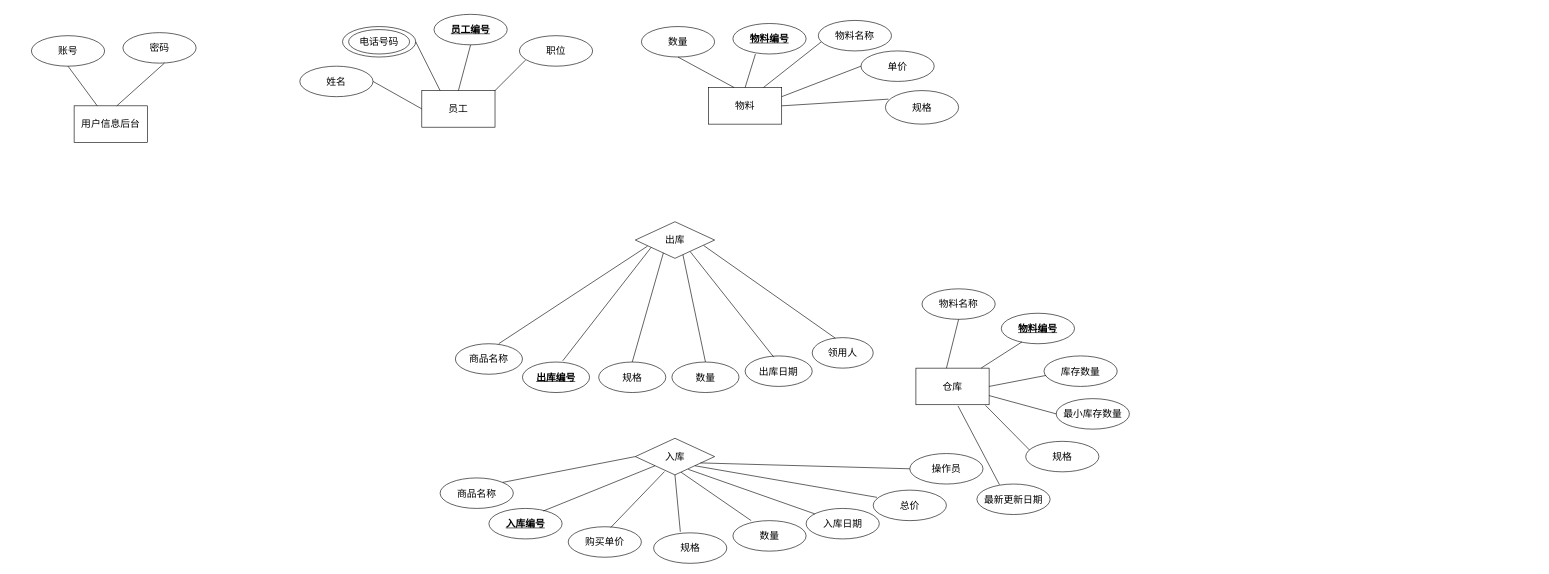
images130/LJ_Project keeps this draw.io diagram as 属性.drawio. Above is the earlier version. Source tidied: cells renumbered, new cells numbered last; positions are measured from the earlier drawing's top-left corner, leaving out a move shared by most shapes. Both pictures are drawn from the tidied source at 61%, with x=0, y=0 at pixel (31, 14).
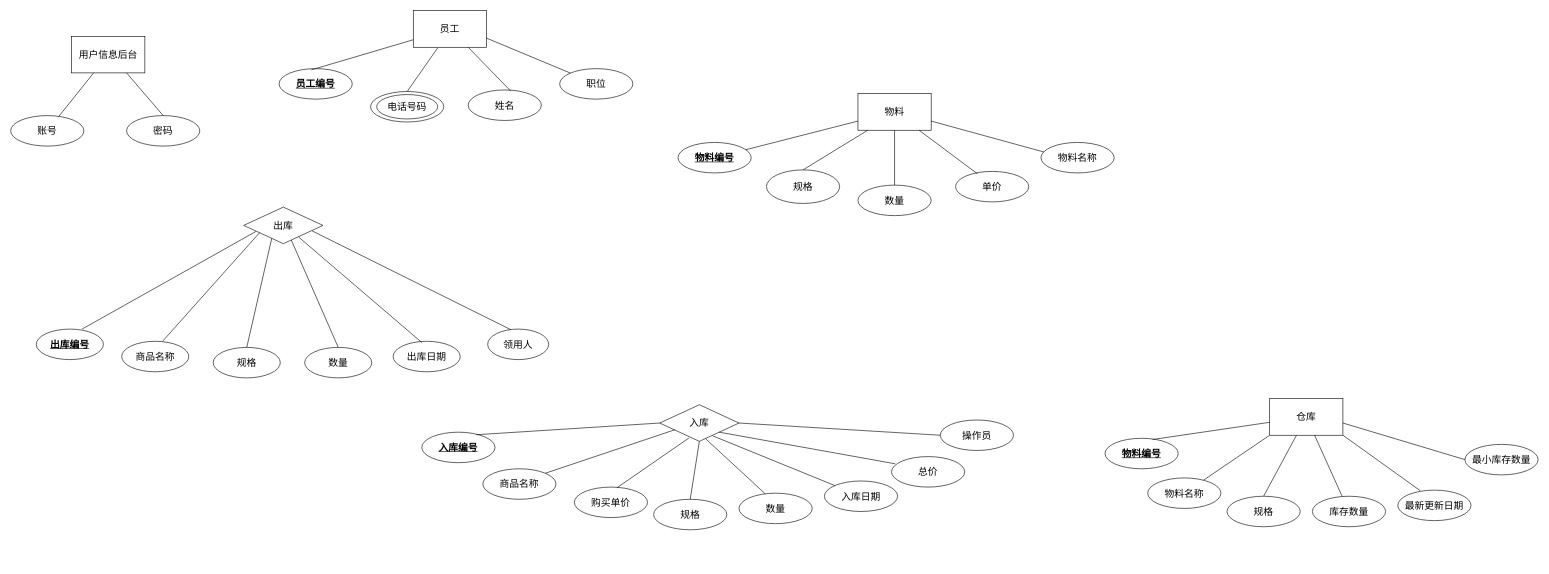
The same page after the edit.

What changed in the source:
```diff
@@
     <mxCell id="2" value="物料" style="rounded=0;whiteSpace=wrap;html=1;fontSize=16;fontStyle=0;" parent="1" vertex="1">
-      <mxGeometry x="1110" y="120" width="120" height="60" as="geometry" />
+      <mxGeometry x="1355" y="130" width="120" height="60" as="geometry" />
     </mxCell>
-    <mxCell id="3" style="endArrow=none;html=1;exitX=0.5;exitY=0;exitDx=0;exitDy=0;entryX=0.308;entryY=1;entryDx=0;entryDy=0;entryPerimeter=0;fontSize=16;fontStyle=0;" parent="1" edge="1" source="2" target="4">
+    <mxCell id="3" style="endArrow=none;html=1;exitX=0;exitY=0.75;exitDx=0;exitDy=0;fontSize=16;fontStyle=0;" parent="1" edge="1" source="2" target="4">
       <mxGeometry relative="1" as="geometry" />
     </mxCell>
     <mxCell id="4" value="物料编号" style="ellipse;whiteSpace=wrap;html=1;fontStyle=5;fontSize=16;" parent="1" vertex="1">
-      <mxGeometry x="1150" y="15" width="120" height="50" as="geometry" />
+      <mxGeometry x="1060" y="210" width="120" height="50" as="geometry" />
     </mxCell>
-    <mxCell id="5" style="endArrow=none;html=1;exitX=0.75;exitY=0;exitDx=0;exitDy=0;entryX=0.042;entryY=0.7;entryDx=0;entryDy=0;entryPerimeter=0;fontSize=16;fontStyle=0;" parent="1" edge="1" source="2" target="6">
+    <mxCell id="5" style="endArrow=none;html=1;exitX=1;exitY=0.75;exitDx=0;exitDy=0;fontSize=16;fontStyle=0;entryX=0.05;entryY=0.32;entryDx=0;entryDy=0;entryPerimeter=0;" parent="1" edge="1" source="2" target="6">
       <mxGeometry relative="1" as="geometry" />
     </mxCell>
     <mxCell id="6" value="物料名称" style="ellipse;whiteSpace=wrap;html=1;fontSize=16;fontStyle=0;" parent="1" vertex="1">
-      <mxGeometry x="1290" y="10" width="120" height="50" as="geometry" />
+      <mxGeometry x="1655" y="210" width="120" height="50" as="geometry" />
     </mxCell>
     <mxCell id="7" value="单价" style="ellipse;whiteSpace=wrap;html=1;fontSize=16;fontStyle=0;" parent="1" vertex="1">
-      <mxGeometry x="1360" y="60" width="120" height="50" as="geometry" />
+      <mxGeometry x="1515" y="257.5" width="120" height="50" as="geometry" />
     </mxCell>
-    <mxCell id="8" style="endArrow=none;html=1;exitX=1;exitY=0.25;exitDx=0;exitDy=0;entryX=0;entryY=0.5;entryDx=0;entryDy=0;fontSize=16;fontStyle=0;" parent="1" edge="1" source="2" target="7">
+    <mxCell id="8" style="endArrow=none;html=1;entryX=0.3;entryY=0.08;entryDx=0;entryDy=0;fontSize=16;fontStyle=0;entryPerimeter=0;" parent="1" edge="1" source="2" target="7">
       <mxGeometry relative="1" as="geometry" />
     </mxCell>
     <mxCell id="9" value="规格" style="ellipse;whiteSpace=wrap;html=1;fontSize=16;fontStyle=0;" parent="1" vertex="1">
-      <mxGeometry x="1400" y="125" width="120" height="55" as="geometry" />
+      <mxGeometry x="1205" y="255" width="120" height="55" as="geometry" />
     </mxCell>
-    <mxCell id="10" style="endArrow=none;html=1;exitX=1;exitY=0.5;exitDx=0;exitDy=0;entryX=0.042;entryY=0.255;entryDx=0;entryDy=0;entryPerimeter=0;fontSize=16;fontStyle=0;" parent="1" edge="1" source="2" target="9">
+    <mxCell id="10" style="endArrow=none;html=1;exitX=0.133;exitY=1;exitDx=0;exitDy=0;entryX=0.5;entryY=0;entryDx=0;entryDy=0;fontSize=16;fontStyle=0;exitPerimeter=0;" parent="1" edge="1" source="2" target="9">
       <mxGeometry relative="1" as="geometry" />
     </mxCell>
     <mxCell id="11" value="数量" style="ellipse;whiteSpace=wrap;html=1;fontSize=16;fontStyle=0;" parent="1" vertex="1">
-      <mxGeometry x="1000" y="20" width="120" height="50" as="geometry" />
+      <mxGeometry x="1355" y="280" width="120" height="50" as="geometry" />
     </mxCell>
-    <mxCell id="12" style="endArrow=none;html=1;exitX=0.35;exitY=0;exitDx=0;exitDy=0;exitPerimeter=0;fontSize=16;fontStyle=0;" parent="1" edge="1" source="2">
-      <mxGeometry relative="1" as="geometry">
-        <mxPoint x="1060" y="70" as="targetPoint" />
-      </mxGeometry>
+    <mxCell id="12" style="endArrow=none;html=1;exitX=0.5;exitY=1;exitDx=0;exitDy=0;fontSize=16;fontStyle=0;entryX=0.5;entryY=0;entryDx=0;entryDy=0;" parent="1" edge="1" source="2" target="11">
+      <mxGeometry relative="1" as="geometry" />
     </mxCell>
     <mxCell id="13" value="员工" style="rounded=0;whiteSpace=wrap;html=1;fontSize=16;fontStyle=0;" parent="1" vertex="1">
-      <mxGeometry x="640" y="125" width="120" height="60" as="geometry" />
+      <mxGeometry x="626" y="-6" width="120" height="60" as="geometry" />
     </mxCell>
     <mxCell id="14" style="ellipse;whiteSpace=wrap;html=1;fontSize=16;fontStyle=0;" parent="1" vertex="1">
-      <mxGeometry x="510" y="20" width="120" height="50" as="geometry" />
+      <mxGeometry x="556" y="126.5" width="120" height="50" as="geometry" />
     </mxCell>
     <mxCell id="15" value="姓名" style="ellipse;whiteSpace=wrap;html=1;fontSize=16;fontStyle=0;" parent="1" vertex="1">
-      <mxGeometry x="440" y="85" width="120" height="50" as="geometry" />
+      <mxGeometry x="716" y="124" width="120" height="50" as="geometry" />
     </mxCell>
     <mxCell id="16" value="职位" style="ellipse;whiteSpace=wrap;html=1;fontSize=16;fontStyle=0;" parent="1" vertex="1">
-      <mxGeometry x="800" y="35" width="120" height="50" as="geometry" />
+      <mxGeometry x="866" y="89" width="120" height="50" as="geometry" />
     </mxCell>
     <mxCell id="17" value="&lt;u style=&quot;font-size: 16px;&quot;&gt;员工编号&lt;/u&gt;" style="ellipse;whiteSpace=wrap;html=1;fontSize=16;fontStyle=1;" parent="1" vertex="1">
-      <mxGeometry x="660" width="120" height="50" as="geometry" />
+      <mxGeometry x="406" y="89" width="120" height="50" as="geometry" />
     </mxCell>
     <mxCell id="18" value="电话号码" style="ellipse;whiteSpace=wrap;html=1;fontSize=16;fontStyle=0;" parent="1" vertex="1">
-      <mxGeometry x="520" y="25" width="100" height="40" as="geometry" />
+      <mxGeometry x="566" y="131.5" width="100" height="40" as="geometry" />
     </mxCell>
-    <mxCell id="19" style="endArrow=none;html=1;entryX=0.5;entryY=1;entryDx=0;entryDy=0;exitX=0.5;exitY=0;exitDx=0;exitDy=0;fontSize=16;fontStyle=0;" parent="1" edge="1" source="13" target="17">
+    <mxCell id="19" style="endArrow=none;html=1;entryX=0.442;entryY=0.04;entryDx=0;entryDy=0;fontSize=16;fontStyle=0;entryPerimeter=0;" parent="1" edge="1" source="13" target="17">
       <mxGeometry relative="1" as="geometry" />
     </mxCell>
-    <mxCell id="20" style="endArrow=none;html=1;entryX=1;entryY=0.5;entryDx=0;entryDy=0;exitX=0.25;exitY=0;exitDx=0;exitDy=0;fontSize=16;fontStyle=0;" parent="1" edge="1" source="13" target="14">
-      <mxGeometry relative="1" as="geometry" />
+    <mxCell id="20" style="endArrow=none;html=1;entryX=0.5;entryY=0;entryDx=0;entryDy=0;fontSize=16;fontStyle=0;" parent="1" edge="1" target="14">
+      <mxGeometry relative="1" as="geometry">
+        <mxPoint x="666" y="55" as="sourcePoint" />
+      </mxGeometry>
     </mxCell>
-    <mxCell id="21" style="endArrow=none;html=1;entryX=1;entryY=0.5;entryDx=0;entryDy=0;exitX=0;exitY=0.5;exitDx=0;exitDy=0;fontSize=16;fontStyle=0;" parent="1" edge="1" source="13" target="15">
+    <mxCell id="21" style="endArrow=none;html=1;entryX=0.583;entryY=0.04;entryDx=0;entryDy=0;exitX=0.75;exitY=1;exitDx=0;exitDy=0;fontSize=16;fontStyle=0;entryPerimeter=0;" parent="1" edge="1" source="13" target="15">
       <mxGeometry relative="1" as="geometry" />
     </mxCell>
-    <mxCell id="22" style="endArrow=none;html=1;fontSize=16;fontStyle=0;" parent="1" edge="1">
-      <mxGeometry relative="1" as="geometry">
-        <mxPoint x="760" y="125" as="sourcePoint" />
-        <mxPoint x="810" y="75" as="targetPoint" />
-      </mxGeometry>
+    <mxCell id="22" style="endArrow=none;html=1;fontSize=16;fontStyle=0;exitX=1;exitY=0.75;exitDx=0;exitDy=0;" parent="1" edge="1" source="13" target="16">
+      <mxGeometry relative="1" as="geometry" />
     </mxCell>
     <mxCell id="23" value="仓库" style="rounded=0;whiteSpace=wrap;html=1;fontSize=16;fontStyle=0;" parent="1" vertex="1">
-      <mxGeometry x="1450" y="580" width="120" height="60" as="geometry" />
+      <mxGeometry x="2030" y="630" width="120" height="60" as="geometry" />
     </mxCell>
     <mxCell id="24" value="入库" style="rhombus;whiteSpace=wrap;html=1;fontSize=16;fontStyle=0;" parent="1" vertex="1">
-      <mxGeometry x="990" y="695" width="130" height="60" as="geometry" />
+      <mxGeometry x="1030" y="640" width="130" height="60" as="geometry" />
     </mxCell>
     <mxCell id="25" value="出库" style="rhombus;whiteSpace=wrap;html=1;fontSize=16;fontStyle=0;" parent="1" vertex="1">
-      <mxGeometry x="990" y="340" width="130" height="60" as="geometry" />
+      <mxGeometry x="348" y="316" width="130" height="60" as="geometry" />
     </mxCell>
     <mxCell id="26" value="物料编号" style="ellipse;whiteSpace=wrap;html=1;fontStyle=5;fontSize=16;" parent="1" vertex="1">
-      <mxGeometry x="1590" y="490" width="120" height="50" as="geometry" />
+      <mxGeometry x="1760" y="695" width="120" height="50" as="geometry" />
     </mxCell>
     <mxCell id="27" value="库存数量" style="ellipse;whiteSpace=wrap;html=1;fontSize=16;fontStyle=0;" parent="1" vertex="1">
-      <mxGeometry x="1660" y="560" width="120" height="50" as="geometry" />
+      <mxGeometry x="2100" y="790" width="120" height="50" as="geometry" />
     </mxCell>
     <mxCell id="28" value="规格" style="ellipse;whiteSpace=wrap;html=1;fontSize=16;fontStyle=0;" parent="1" vertex="1">
-      <mxGeometry x="1630" y="700" width="120" height="50" as="geometry" />
+      <mxGeometry x="1960" y="790" width="120" height="50" as="geometry" />
     </mxCell>
     <mxCell id="29" value="最新更新日期" style="ellipse;whiteSpace=wrap;html=1;fontSize=16;fontStyle=0;" parent="1" vertex="1">
-      <mxGeometry x="1550" y="770" width="120" height="50" as="geometry" />
+      <mxGeometry x="2240" y="780" width="120" height="50" as="geometry" />
     </mxCell>
     <mxCell id="30" value="物料名称" style="ellipse;whiteSpace=wrap;html=1;fontSize=16;fontStyle=0;" parent="1" vertex="1">
-      <mxGeometry x="1460" y="450" width="120" height="50" as="geometry" />
+      <mxGeometry x="1830" y="760" width="120" height="50" as="geometry" />
     </mxCell>
     <mxCell id="31" value="最小库存数量" style="ellipse;whiteSpace=wrap;html=1;fontSize=16;fontStyle=0;" parent="1" vertex="1">
-      <mxGeometry x="1680" y="630" width="120" height="50" as="geometry" />
+      <mxGeometry x="2350" y="705" width="120" height="50" as="geometry" />
     </mxCell>
-    <mxCell id="32" style="endArrow=none;html=1;entryX=0.5;entryY=1;entryDx=0;entryDy=0;exitX=0.417;exitY=0;exitDx=0;exitDy=0;exitPerimeter=0;fontSize=16;fontStyle=0;" parent="1" edge="1" source="23" target="30">
+    <mxCell id="32" style="endArrow=none;html=1;exitX=0;exitY=1;exitDx=0;exitDy=0;fontSize=16;fontStyle=0;" parent="1" edge="1" source="23" target="30">
       <mxGeometry relative="1" as="geometry" />
     </mxCell>
-    <mxCell id="33" style="endArrow=none;html=1;entryX=0.283;entryY=0.94;entryDx=0;entryDy=0;entryPerimeter=0;fontSize=16;fontStyle=0;" parent="1" edge="1" source="23" target="26">
+    <mxCell id="33" style="endArrow=none;html=1;entryX=0.65;entryY=0.04;entryDx=0;entryDy=0;entryPerimeter=0;fontSize=16;fontStyle=0;" parent="1" edge="1" source="23" target="26">
       <mxGeometry relative="1" as="geometry" />
     </mxCell>
-    <mxCell id="34" style="endArrow=none;html=1;entryX=0.025;entryY=0.64;entryDx=0;entryDy=0;entryPerimeter=0;exitX=1;exitY=0.5;exitDx=0;exitDy=0;fontSize=16;fontStyle=0;" parent="1" edge="1" source="23" target="27">
+    <mxCell id="34" style="endArrow=none;html=1;fontSize=16;fontStyle=0;" parent="1" edge="1" source="23" target="27">
       <mxGeometry relative="1" as="geometry" />
     </mxCell>
-    <mxCell id="35" style="endArrow=none;html=1;entryX=0;entryY=0.5;entryDx=0;entryDy=0;exitX=1;exitY=0.75;exitDx=0;exitDy=0;fontSize=16;fontStyle=0;" parent="1" edge="1" source="23" target="31">
-      <mxGeometry relative="1" as="geometry" />
+    <mxCell id="35" style="endArrow=none;html=1;entryX=0;entryY=0.5;entryDx=0;entryDy=0;fontSize=16;fontStyle=0;" parent="1" edge="1" target="31">
+      <mxGeometry relative="1" as="geometry">
+        <mxPoint x="2150" y="670" as="sourcePoint" />
+      </mxGeometry>
     </mxCell>
-    <mxCell id="36" style="endArrow=none;html=1;entryX=0.05;entryY=0.28;entryDx=0;entryDy=0;entryPerimeter=0;exitX=0.95;exitY=1.017;exitDx=0;exitDy=0;exitPerimeter=0;fontSize=16;fontStyle=0;" parent="1" edge="1" source="23" target="28">
+    <mxCell id="36" style="endArrow=none;html=1;entryX=0.5;entryY=0;entryDx=0;entryDy=0;fontSize=16;fontStyle=0;" parent="1" edge="1" source="23" target="28">
       <mxGeometry relative="1" as="geometry" />
     </mxCell>
-    <mxCell id="37" style="endArrow=none;html=1;entryX=0.308;entryY=0.02;entryDx=0;entryDy=0;entryPerimeter=0;exitX=0.575;exitY=1.033;exitDx=0;exitDy=0;exitPerimeter=0;fontSize=16;fontStyle=0;" parent="1" edge="1" source="23" target="29">
+    <mxCell id="37" style="endArrow=none;html=1;entryX=0.308;entryY=0.02;entryDx=0;entryDy=0;entryPerimeter=0;exitX=1;exitY=1;exitDx=0;exitDy=0;fontSize=16;fontStyle=0;" parent="1" edge="1" source="23" target="29">
       <mxGeometry relative="1" as="geometry" />
     </mxCell>
     <mxCell id="38" value="商品名称" style="ellipse;whiteSpace=wrap;html=1;fontSize=16;fontStyle=0;" parent="1" vertex="1">
-      <mxGeometry x="670" y="760" width="120" height="50" as="geometry" />
+      <mxGeometry x="740" y="745" width="120" height="50" as="geometry" />
     </mxCell>
     <mxCell id="39" value="规格" style="ellipse;whiteSpace=wrap;html=1;fontSize=16;fontStyle=0;" parent="1" vertex="1">
-      <mxGeometry x="1020" y="850" width="120" height="50" as="geometry" />
+      <mxGeometry x="1020" y="795" width="120" height="50" as="geometry" />
     </mxCell>
     <mxCell id="40" value="总价" style="ellipse;whiteSpace=wrap;html=1;fontSize=16;fontStyle=0;" parent="1" vertex="1">
-      <mxGeometry x="1380" y="780" width="120" height="50" as="geometry" />
+      <mxGeometry x="1410" y="725" width="120" height="50" as="geometry" />
     </mxCell>
     <mxCell id="41" value="数量" style="ellipse;whiteSpace=wrap;html=1;fontSize=16;fontStyle=0;" parent="1" vertex="1">
-      <mxGeometry x="1150" y="830" width="120" height="50" as="geometry" />
+      <mxGeometry x="1160" y="785" width="120" height="50" as="geometry" />
     </mxCell>
     <mxCell id="42" value="操作员" style="ellipse;whiteSpace=wrap;html=1;fontSize=16;fontStyle=0;" parent="1" vertex="1">
-      <mxGeometry x="1440" y="720" width="120" height="50" as="geometry" />
+      <mxGeometry x="1490" y="665" width="120" height="50" as="geometry" />
     </mxCell>
     <mxCell id="43" value="入库编号" style="ellipse;whiteSpace=wrap;html=1;fontStyle=5;fontSize=16;" parent="1" vertex="1">
-      <mxGeometry x="750" y="810" width="120" height="50" as="geometry" />
+      <mxGeometry x="640" y="685" width="120" height="50" as="geometry" />
     </mxCell>
     <mxCell id="44" value="购买单价" style="ellipse;whiteSpace=wrap;html=1;fontSize=16;fontStyle=0;" parent="1" vertex="1">
-      <mxGeometry x="880" y="840" width="120" height="50" as="geometry" />
+      <mxGeometry x="890" y="775" width="120" height="50" as="geometry" />
     </mxCell>
     <mxCell id="45" value="入库日期" style="ellipse;whiteSpace=wrap;html=1;fontSize=16;fontStyle=0;" parent="1" vertex="1">
-      <mxGeometry x="1270" y="810" width="120" height="50" as="geometry" />
+      <mxGeometry x="1300" y="765" width="120" height="50" as="geometry" />
     </mxCell>
-    <mxCell id="46" style="endArrow=none;html=1;entryX=0;entryY=0.5;entryDx=0;entryDy=0;exitX=1;exitY=0;exitDx=0;exitDy=0;fontSize=16;fontStyle=0;" parent="1" edge="1" source="38" target="24">
+    <mxCell id="46" style="endArrow=none;html=1;entryX=0.192;entryY=0.683;entryDx=0;entryDy=0;exitX=1;exitY=0;exitDx=0;exitDy=0;fontSize=16;fontStyle=0;entryPerimeter=0;" parent="1" edge="1" source="38" target="24">
       <mxGeometry relative="1" as="geometry" />
     </mxCell>
-    <mxCell id="47" style="endArrow=none;html=1;entryX=0;entryY=1;entryDx=0;entryDy=0;exitX=0.743;exitY=0.084;exitDx=0;exitDy=0;exitPerimeter=0;fontSize=16;fontStyle=0;" parent="1" edge="1" source="43" target="24">
+    <mxCell id="47" style="endArrow=none;html=1;entryX=0;entryY=0.5;entryDx=0;entryDy=0;exitX=0.743;exitY=0.084;exitDx=0;exitDy=0;exitPerimeter=0;fontSize=16;fontStyle=0;" parent="1" edge="1" source="43" target="24">
       <mxGeometry relative="1" as="geometry" />
     </mxCell>
@@
-    <mxCell id="49" style="endArrow=none;html=1;entryX=0.5;entryY=1;entryDx=0;entryDy=0;exitX=0.365;exitY=-0.034;exitDx=0;exitDy=0;exitPerimeter=0;fontSize=16;fontStyle=0;" parent="1" edge="1" source="39" target="24">
+    <mxCell id="49" style="endArrow=none;html=1;entryX=0.5;entryY=1;entryDx=0;entryDy=0;exitX=0.5;exitY=0;exitDx=0;exitDy=0;fontSize=16;fontStyle=0;" parent="1" edge="1" source="39" target="24">
       <mxGeometry relative="1" as="geometry" />
     </mxCell>
-    <mxCell id="50" style="endArrow=none;html=1;entryX=0.577;entryY=0.927;entryDx=0;entryDy=0;exitX=0.25;exitY=0;exitDx=0;exitDy=0;exitPerimeter=0;entryPerimeter=0;fontSize=16;fontStyle=0;" parent="1" edge="1" source="41" target="24">
+    <mxCell id="50" style="endArrow=none;html=1;entryX=0.577;entryY=0.927;entryDx=0;entryDy=0;exitX=0.358;exitY=0.02;exitDx=0;exitDy=0;exitPerimeter=0;entryPerimeter=0;fontSize=16;fontStyle=0;" parent="1" edge="1" source="41" target="24">
       <mxGeometry relative="1" as="geometry" />
     </mxCell>
@@
-    <mxCell id="53" style="endArrow=none;html=1;entryX=0;entryY=0.5;entryDx=0;entryDy=0;exitX=0.821;exitY=0.673;exitDx=0;exitDy=0;exitPerimeter=0;fontSize=16;fontStyle=0;" parent="1" edge="1" source="24" target="42">
+    <mxCell id="53" style="endArrow=none;html=1;entryX=0;entryY=0.5;entryDx=0;entryDy=0;exitX=1;exitY=0.5;exitDx=0;exitDy=0;fontSize=16;fontStyle=0;" parent="1" edge="1" source="24" target="42">
       <mxGeometry relative="1" as="geometry" />
     </mxCell>
     <mxCell id="54" value="商品名称" style="ellipse;whiteSpace=wrap;html=1;fontSize=16;fontStyle=0;" parent="1" vertex="1">
-      <mxGeometry x="695" y="540" width="110" height="50" as="geometry" />
+      <mxGeometry x="148" y="536" width="110" height="50" as="geometry" />
     </mxCell>
     <mxCell id="55" value="规格" style="ellipse;whiteSpace=wrap;html=1;fontSize=16;fontStyle=0;" parent="1" vertex="1">
-      <mxGeometry x="930" y="570" width="110" height="50" as="geometry" />
+      <mxGeometry x="298" y="546" width="110" height="50" as="geometry" />
     </mxCell>
     <mxCell id="56" value="数量" style="ellipse;whiteSpace=wrap;html=1;fontSize=16;fontStyle=0;" parent="1" vertex="1">
-      <mxGeometry x="1050" y="570" width="110" height="50" as="geometry" />
+      <mxGeometry x="448" y="546" width="110" height="50" as="geometry" />
     </mxCell>
     <mxCell id="57" value="领用人" style="ellipse;whiteSpace=wrap;html=1;fontSize=16;fontStyle=0;" parent="1" vertex="1">
-      <mxGeometry x="1280" y="530" width="100" height="50" as="geometry" />
+      <mxGeometry x="748" y="516" width="100" height="50" as="geometry" />
     </mxCell>
     <mxCell id="58" value="出库编号" style="ellipse;whiteSpace=wrap;html=1;fontStyle=5;fontSize=16;" parent="1" vertex="1">
-      <mxGeometry x="805" y="570" width="110" height="50" as="geometry" />
+      <mxGeometry x="8" y="516" width="110" height="50" as="geometry" />
     </mxCell>
     <mxCell id="59" value="出库日期" style="ellipse;whiteSpace=wrap;html=1;fontSize=16;fontStyle=0;" parent="1" vertex="1">
-      <mxGeometry x="1170" y="560" width="110" height="50" as="geometry" />
+      <mxGeometry x="593" y="536" width="110" height="50" as="geometry" />
     </mxCell>
-    <mxCell id="60" style="endArrow=none;html=1;fontSize=16;fontStyle=0;" parent="1" edge="1">
+    <mxCell id="60" style="endArrow=none;html=1;fontSize=16;fontStyle=0;exitX=0.682;exitY=0;exitDx=0;exitDy=0;exitPerimeter=0;" parent="1" edge="1" source="58">
       <mxGeometry relative="1" as="geometry">
-        <mxPoint x="766" y="540" as="sourcePoint" />
-        <mxPoint x="1010" y="380" as="targetPoint" />
+        <mxPoint x="368" y="356" as="targetPoint" />
       </mxGeometry>
     </mxCell>
-    <mxCell id="61" style="endArrow=none;html=1;entryX=0.2;entryY=0.7;entryDx=0;entryDy=0;entryPerimeter=0;fontSize=16;fontStyle=0;" parent="1" edge="1" target="25">
-      <mxGeometry relative="1" as="geometry">
-        <mxPoint x="871" y="568" as="sourcePoint" />
-      </mxGeometry>
+    <mxCell id="61" style="endArrow=none;html=1;entryX=0.2;entryY=0.7;entryDx=0;entryDy=0;entryPerimeter=0;fontSize=16;fontStyle=0;exitX=0.609;exitY=0;exitDx=0;exitDy=0;exitPerimeter=0;" parent="1" edge="1" source="54" target="25">
+      <mxGeometry relative="1" as="geometry" />
     </mxCell>
@@
     <mxCell id="66" value="账号" style="ellipse;whiteSpace=wrap;html=1;fontSize=16;fontStyle=0;" parent="1" vertex="1">
-      <mxGeometry y="35" width="120" height="50" as="geometry" />
+      <mxGeometry x="-34" y="166" width="120" height="50" as="geometry" />
     </mxCell>
     <mxCell id="67" value="密码" style="ellipse;whiteSpace=wrap;html=1;fontSize=16;fontStyle=0;" parent="1" vertex="1">
-      <mxGeometry x="150" y="30" width="120" height="50" as="geometry" />
+      <mxGeometry x="156" y="166" width="120" height="50" as="geometry" />
     </mxCell>
     <mxCell id="68" value="用户信息后台" style="rounded=0;whiteSpace=wrap;html=1;fontSize=16;fontStyle=0;" parent="1" vertex="1">
-      <mxGeometry x="70" y="150" width="120" height="60" as="geometry" />
+      <mxGeometry x="66" y="36" width="120" height="60" as="geometry" />
     </mxCell>
-    <mxCell id="69" style="endArrow=none;html=1;entryX=0.5;entryY=1;entryDx=0;entryDy=0;fontSize=16;fontStyle=0;" parent="1" edge="1" source="68" target="66">
+    <mxCell id="69" style="endArrow=none;html=1;fontSize=16;fontStyle=0;" parent="1" edge="1" source="68" target="66">
       <mxGeometry relative="1" as="geometry" />
     </mxCell>
-    <mxCell id="70" style="endArrow=none;html=1;entryX=0.567;entryY=1;entryDx=0;entryDy=0;entryPerimeter=0;fontSize=16;fontStyle=0;" parent="1" edge="1" target="67">
-      <mxGeometry relative="1" as="geometry">
-        <mxPoint x="140" y="150" as="sourcePoint" />
-      </mxGeometry>
+    <mxCell id="70" style="endArrow=none;html=1;entryX=0.5;entryY=0;entryDx=0;entryDy=0;fontSize=16;fontStyle=0;exitX=0.75;exitY=1;exitDx=0;exitDy=0;" parent="1" edge="1" source="68" target="67">
+      <mxGeometry relative="1" as="geometry" />
     </mxCell>
```
